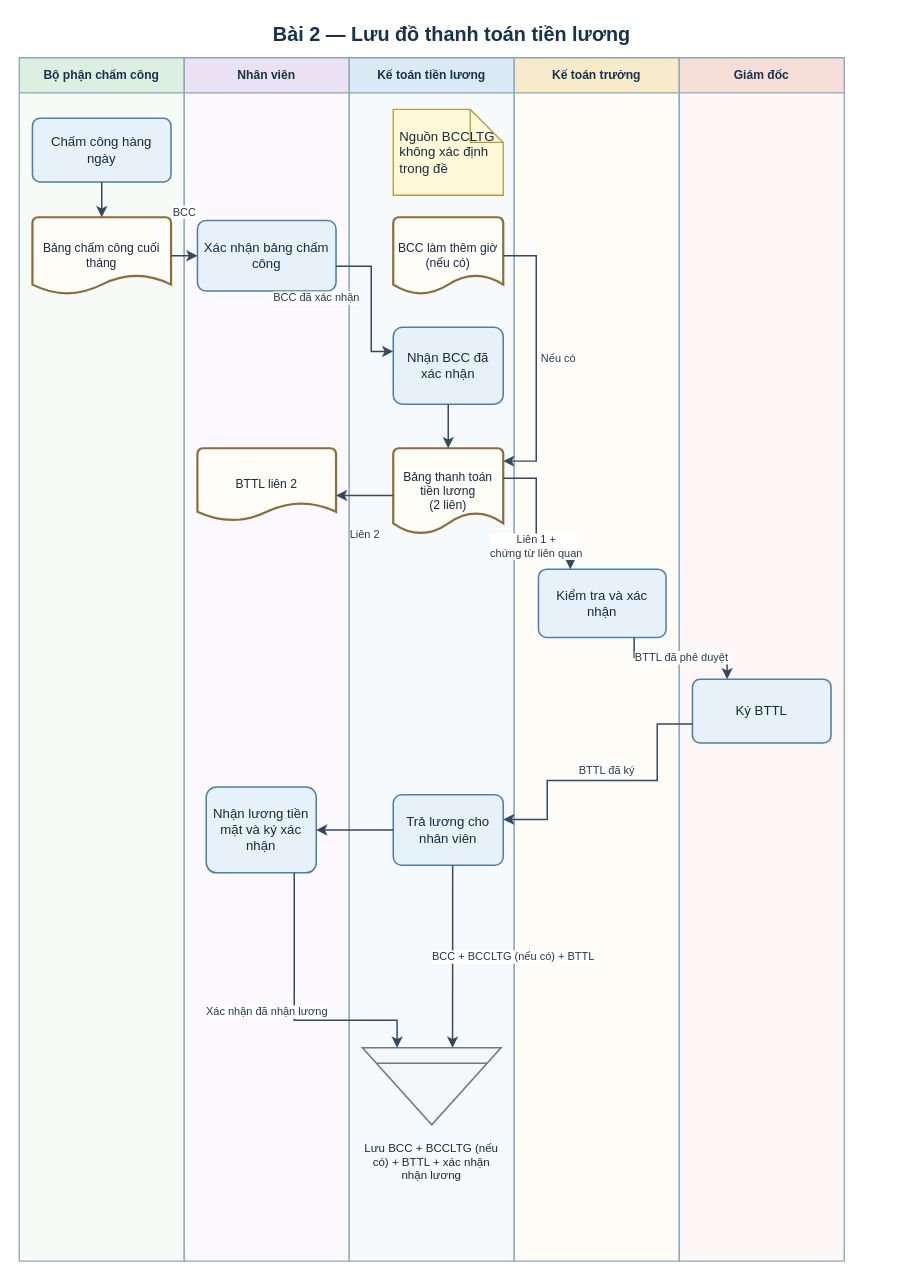
Before: assets/drawio/02_payroll_payment_flow.drawio in saigonbaddielover/thtrang, a draw.io diagram. Source tidied: cells renumbered, new cells numbered last; positions are measured from the earlier drawing's top-left corner, leaving out a move shared by most shapes. Both pictures are drawn from the tidied source at 110%, with x=0, y=0 at pixel (19, 19).
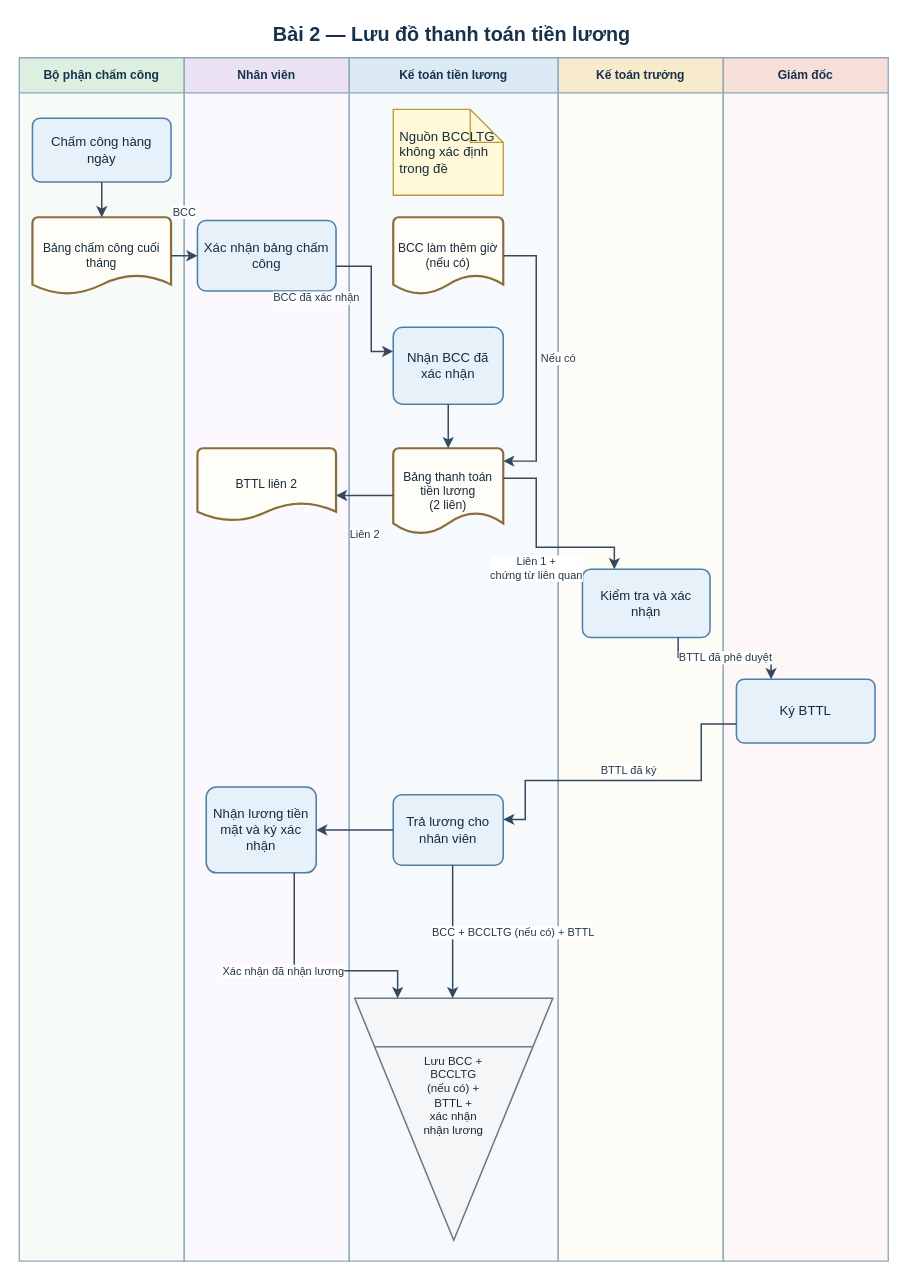
The same diagram, later.

Unchanged cells that the change refers to:
```xml
<mxCell id="14" value="Bảng thanh toán tiền lương&lt;br&gt;(2 liên)" style="strokeWidth=2;shape=mxgraph.flowchart.document2;size=0.25;html=1;whiteSpace=wrap;fontFamily=Arial;align=center;verticalAlign=middle;fontColor=#172B3A;fontSize=11;spacing=4;fillColor=#FFFDF7;strokeColor=#8A6D3B;" parent="5" vertex="1">
  <mxGeometry x="40" y="355" width="100" height="78" as="geometry" />
</mxCell>
<mxCell id="16" value="Kiểm tra và xác nhận" style="rounded=1;arcSize=12;html=1;whiteSpace=wrap;fontFamily=Arial;align=center;verticalAlign=middle;fontColor=#172B3A; fontSize=11;spacing=5;fillColor=#E7F1FA;strokeColor=#4E7FA7;strokeWidth=1.4;" parent="6" vertex="1">
  <mxGeometry x="22" y="465" width="116" height="62" as="geometry" />
</mxCell>
<mxCell id="17" value="Ký BTTL" style="rounded=1;arcSize=12;html=1;whiteSpace=wrap;fontFamily=Arial;align=center;verticalAlign=middle;fontColor=#172B3A; fontSize=11;spacing=5;fillColor=#E7F1FA;strokeColor=#4E7FA7;strokeWidth=1.4;" parent="7" vertex="1">
  <mxGeometry x="12" y="565" width="126" height="58" as="geometry" />
</mxCell>
<mxCell id="18" value="Trả lương cho nhân viên" style="rounded=1;arcSize=12;html=1;whiteSpace=wrap;fontFamily=Arial;align=center;verticalAlign=middle;fontColor=#172B3A; fontSize=11;spacing=5;fillColor=#E7F1FA;strokeColor=#4E7FA7;strokeWidth=1.4;" parent="5" vertex="1">
  <mxGeometry x="40" y="670" width="100" height="64" as="geometry" />
</mxCell>
<mxCell id="19" value="Nhận lương tiền mặt và ký xác nhận" style="rounded=1;arcSize=12;html=1;whiteSpace=wrap;fontFamily=Arial;align=center;verticalAlign=middle;fontColor=#172B3A; fontSize=11;spacing=5;fillColor=#E7F1FA;strokeColor=#4E7FA7;strokeWidth=1.4;" parent="4" vertex="1">
  <mxGeometry x="20" y="663" width="100" height="78" as="geometry" />
</mxCell>
```

The edit, as a diff of the source:
```diff
@@
     <mxCell id="5" value="Kế toán tiền lương" style="swimlane;horizontal=1;startSize=32;html=1;whiteSpace=wrap;fontFamily=Arial;fontSize=11;fontStyle=1;fontColor=#17324D;align=center;verticalAlign=middle;rounded=0;fillColor=#DCEAF6;swimlaneFillColor=#F7FAFD;strokeColor=#8EA6B8;strokeWidth=1.2;" parent="1" vertex="1">
-      <mxGeometry x="300" y="35" width="150" height="1094" as="geometry" />
+      <mxGeometry x="300" y="35" width="190" height="1094" as="geometry" />
     </mxCell>
     <mxCell id="6" value="Kế toán trưởng" style="swimlane;horizontal=1;startSize=32;html=1;whiteSpace=wrap;fontFamily=Arial;fontSize=11;fontStyle=1;fontColor=#17324D;align=center;verticalAlign=middle;rounded=0;fillColor=#F8EBCB;swimlaneFillColor=#FEFCF6;strokeColor=#8EA6B8;strokeWidth=1.2;" parent="1" vertex="1">
-      <mxGeometry x="450" y="35" width="150" height="1094" as="geometry" />
+      <mxGeometry x="490" y="35" width="150" height="1094" as="geometry" />
     </mxCell>
     <mxCell id="7" value="Giám đốc" style="swimlane;horizontal=1;startSize=32;html=1;whiteSpace=wrap;fontFamily=Arial;fontSize=11;fontStyle=1;fontColor=#17324D;align=center;verticalAlign=middle;rounded=0;fillColor=#F6DED9;swimlaneFillColor=#FDF8F7;strokeColor=#8EA6B8;strokeWidth=1.2;" parent="1" vertex="1">
-      <mxGeometry x="600" y="35" width="150" height="1094" as="geometry" />
+      <mxGeometry x="640" y="35" width="150" height="1094" as="geometry" />
     </mxCell>
@@
-    <mxCell id="20" value="Lưu BCC + BCCLTG (nếu có) + BTTL + xác nhận nhận lương" style="shape=mxgraph.dfd.archive;html=1;whiteSpace=wrap;fontFamily=Arial;align=center;verticalLabelPosition=bottom;verticalAlign=top;fontColor=#172B3A;fontSize=10.5;spacingTop=8;fillColor=#F4F6F7;strokeColor=#6D7A86;strokeWidth=1.4;" parent="5" vertex="1">
-      <mxGeometry x="12" y="900" width="126" height="70" as="geometry" />
+    <mxCell id="20" value="Lưu BCC +&lt;br&gt;BCCLTG&lt;br&gt;(nếu có) +&lt;br&gt;BTTL +&lt;br&gt;xác nhận&lt;br&gt;nhận lương" style="shape=mxgraph.dfd.archive;html=1;whiteSpace=wrap;fontFamily=Arial;align=center;verticalLabelPosition=middle;verticalAlign=middle;fontColor=#172B3A;fontSize=10.5;spacing=4;spacingBottom=45;fillColor=#F4F6F7;strokeColor=#6D7A86;strokeWidth=1.4;" parent="5" vertex="1">
+      <mxGeometry x="5" y="855" width="180" height="220" as="geometry" />
     </mxCell>
@@
     <mxCell id="27" value="Liên 1 +&lt;br&gt;chứng từ liên quan" style="edgeStyle=orthogonalEdgeStyle;rounded=0;jettySize=auto;html=1;fontFamily=Arial;fontSize=10;fontColor=#273746;labelBackgroundColor=#FFFFFF;strokeColor=#34495E;strokeWidth=1.35;endArrow=classic;endFill=1;exitX=1;exitY=0.35;entryX=0.25;entryY=0;" parent="1" edge="1" source="14" target="16">
       <mxGeometry relative="1" as="geometry">
         <Array as="points">
           <mxPoint x="470" y="417" />
           <mxPoint x="470" y="480" />
-          <mxPoint x="501" y="480" />
+          <mxPoint x="541" y="480" />
         </Array>
         <mxPoint y="20" as="offset" />
       </mxGeometry>
     </mxCell>
     <mxCell id="28" value="BTTL đã phê duyệt" style="edgeStyle=orthogonalEdgeStyle;rounded=0;jettySize=auto;html=1;fontFamily=Arial;fontSize=10;fontColor=#273746;labelBackgroundColor=#FFFFFF;strokeColor=#34495E;strokeWidth=1.35;endArrow=classic;endFill=1;exitX=0.75;exitY=1;entryX=0.25;entryY=0;" parent="1" edge="1" source="16" target="17">
       <mxGeometry relative="1" as="geometry">
         <Array as="points">
-          <mxPoint x="559" y="580" />
-          <mxPoint x="644" y="580" />
+          <mxPoint x="599" y="580" />
+          <mxPoint x="684" y="580" />
         </Array>
       </mxGeometry>
     </mxCell>
     <mxCell id="29" value="BTTL đã ký" style="edgeStyle=orthogonalEdgeStyle;rounded=0;jettySize=auto;html=1;fontFamily=Arial;fontSize=10;fontColor=#273746;labelBackgroundColor=#FFFFFF;strokeColor=#34495E;strokeWidth=1.35;endArrow=classic;endFill=1;exitX=0;exitY=0.7;entryX=1;entryY=0.35;" parent="1" edge="1" source="17" target="18">
       <mxGeometry relative="1" as="geometry">
         <Array as="points">
-          <mxPoint x="580" y="640" />
-          <mxPoint x="580" y="692" />
-          <mxPoint x="480" y="692" />
+          <mxPoint x="620" y="640" />
+          <mxPoint x="620" y="692" />
+          <mxPoint x="460" y="692" />
         </Array>
         <mxPoint y="-9" as="offset" />
       </mxGeometry>
     </mxCell>
@@
-    <mxCell id="31" value="Xác nhận đã nhận lương" style="edgeStyle=orthogonalEdgeStyle;rounded=0;jettySize=auto;html=1;fontFamily=Arial;fontSize=10;fontColor=#273746;labelBackgroundColor=#FFFFFF;strokeColor=#34495E;strokeWidth=1.35;endArrow=classic;endFill=1;exitX=0.8;exitY=1;entryX=0.25;entryY=0;" parent="1" edge="1" source="19" target="20">
+    <mxCell id="31" value="Xác nhận đã nhận lương" style="edgeStyle=orthogonalEdgeStyle;rounded=0;jettySize=auto;html=1;fontFamily=Arial;fontSize=10;fontColor=#273746;labelBackgroundColor=#FFFFFF;strokeColor=#34495E;strokeWidth=1.35;endArrow=classic;endFill=1;exitX=0.8;exitY=1;entryX=0.2166666667;entryY=0;" parent="1" edge="1" source="19" target="20">
       <mxGeometry relative="1" as="geometry">
         <Array as="points">
-          <mxPoint x="250" y="910" />
-          <mxPoint x="344" y="910" />
+          <mxPoint x="250" y="865" />
+          <mxPoint x="344" y="865" />
         </Array>
         <mxPoint x="-25" as="offset" />
       </mxGeometry>
     </mxCell>
-    <mxCell id="32" value="BCC + BCCLTG (nếu có) + BTTL" style="edgeStyle=orthogonalEdgeStyle;rounded=0;jettySize=auto;html=1;fontFamily=Arial;fontSize=10;fontColor=#273746;labelBackgroundColor=#FFFFFF;strokeColor=#34495E;strokeWidth=1.35;endArrow=classic;endFill=1;exitX=0.54;exitY=1;entryX=0.65;entryY=0;" parent="1" edge="1" source="18" target="20">
+    <mxCell id="32" value="BCC + BCCLTG (nếu có) + BTTL" style="edgeStyle=orthogonalEdgeStyle;rounded=0;jettySize=auto;html=1;fontFamily=Arial;fontSize=10;fontColor=#273746;labelBackgroundColor=#FFFFFF;strokeColor=#34495E;strokeWidth=1.35;endArrow=classic;endFill=1;exitX=0.54;exitY=1;entryX=0.4944444444;entryY=0;" parent="1" edge="1" source="18" target="20">
       <mxGeometry relative="1" as="geometry">
         <mxPoint x="55" as="offset" />
       </mxGeometry>
     </mxCell>
```
